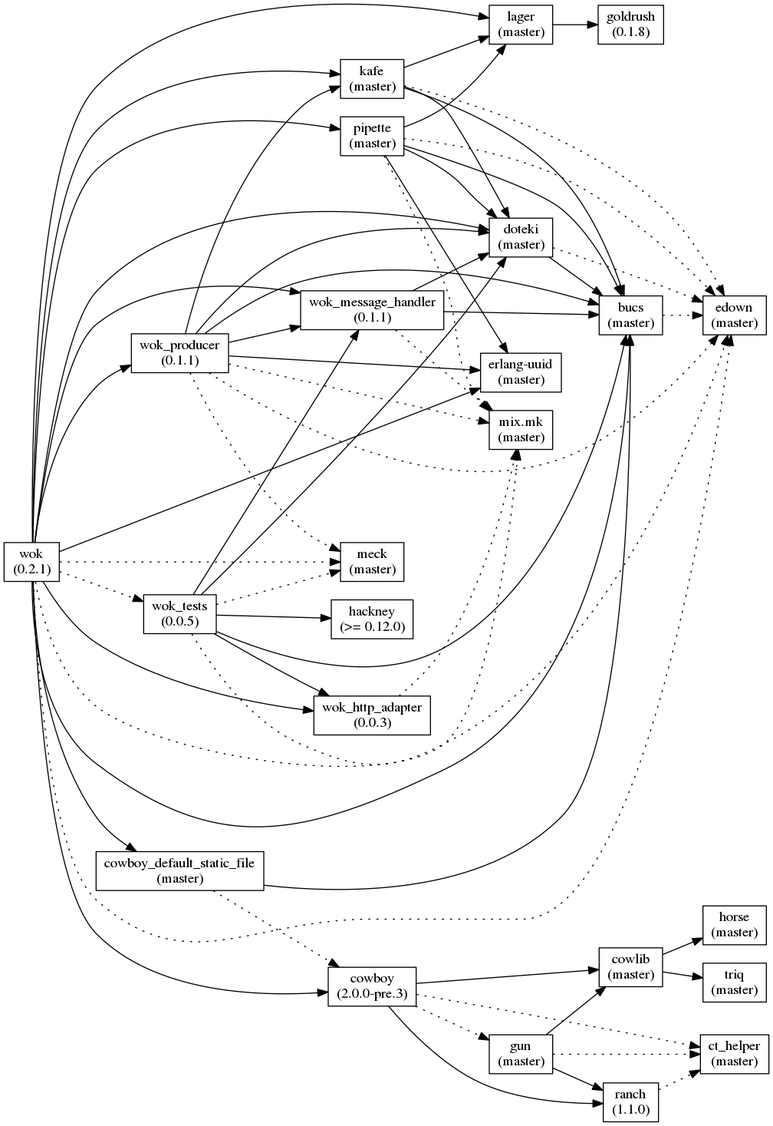
The Graphviz diagram doc/images/wok.deps.png in botsunit/wok, before a commit. Its source is kept beside it as images/wok.deps.gv.
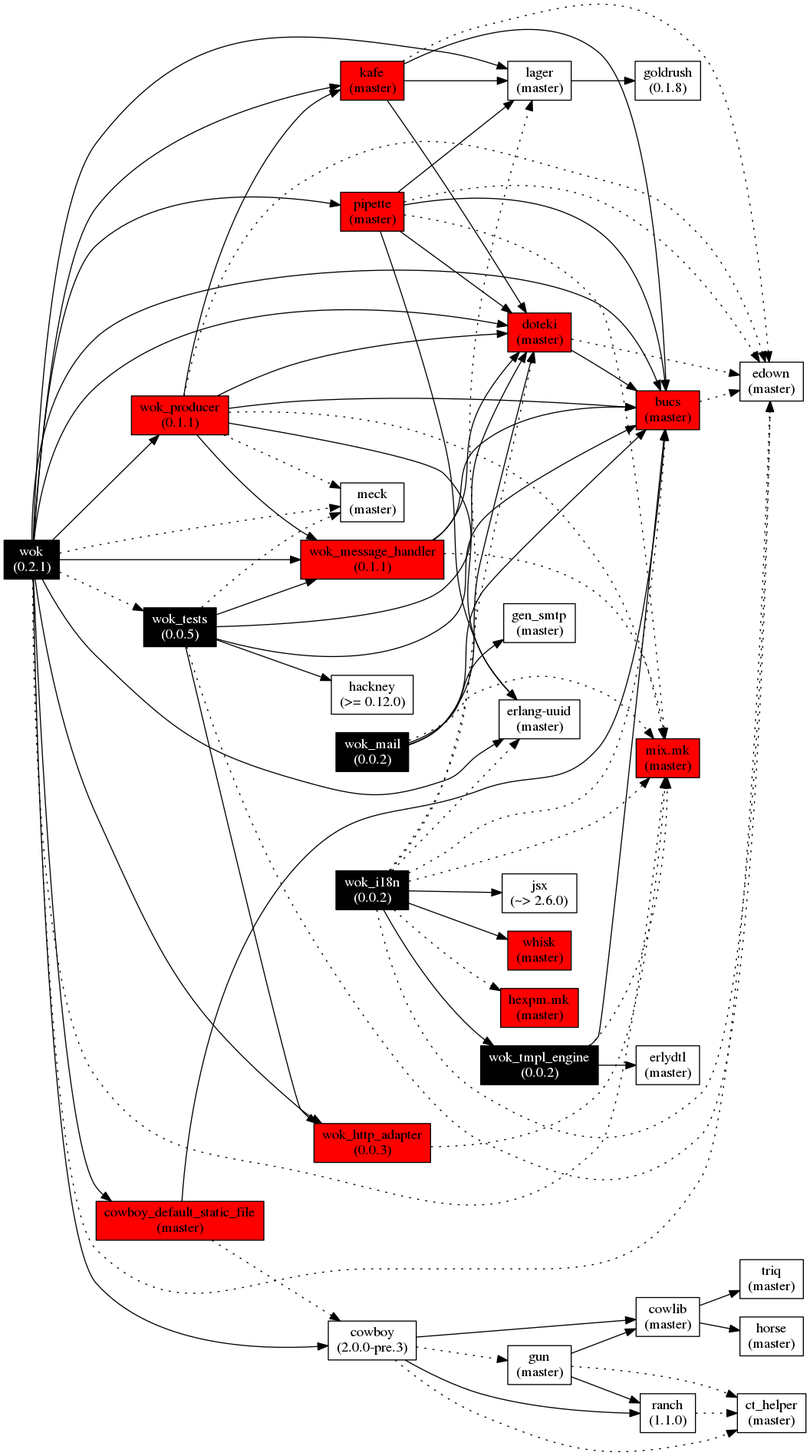
Above is the later version.

The edit, as a diff of the source:
```diff
@@ -6,22 +6,22 @@
     rankdir=LR;
   ]
 
-  wok[label="wok\n(0.2.1)"];
+  wok[label="wok\n(0.2.1)", fontcolor="white", style="filled", fillcolor="black"];
   lager[label="lager\n(master)"];
-  wok_http_adapter[label="wok_http_adapter\n(0.0.3)"];
-  wok_message_handler[label="wok_message_handler\n(0.1.1)"];
-  wok_producer[label="wok_producer\n(0.1.1)"];
-  pipette[label="pipette\n(master)"];
-  kafe[label="kafe\n(master)"];
+  wok_http_adapter[label="wok_http_adapter\n(0.0.3)", style="filled", fillcolor="red"];
+  wok_message_handler[label="wok_message_handler\n(0.1.1)", style="filled", fillcolor="red"];
+  wok_producer[label="wok_producer\n(0.1.1)", style="filled", fillcolor="red"];
+  pipette[label="pipette\n(master)", style="filled", fillcolor="red"];
+  kafe[label="kafe\n(master)", style="filled", fillcolor="red"];
   cowboy[label="cowboy\n(2.0.0-pre.3)"];
-  cowboy_default_static_file[label="cowboy_default_static_file\n(master)"];
-  bucs[label="bucs\n(master)"];
-  doteki[label="doteki\n(master)"];
+  cowboy_default_static_file[label="cowboy_default_static_file\n(master)", style="filled", fillcolor="red"];
+  bucs[label="bucs\n(master)", style="filled", fillcolor="red"];
+  doteki[label="doteki\n(master)", style="filled", fillcolor="red"];
   uuid[label="erlang-uuid\n(master)"];
-  mix_mk[label="mix.mk\n(master)"];
+  mix_mk[label="mix.mk\n(master)", style="filled", fillcolor="red"];
   edown[label="edown\n(master)"];
   meck[label="meck\n(master)"];
-  wok_tests[label="wok_tests\n(0.0.5)"];
+  wok_tests[label="wok_tests\n(0.0.5)", fontcolor="white", style="filled", fillcolor="black"];
   goldrush[label="goldrush\n(0.1.8)"];
   cowlib[label="cowlib\n(master)"];
   ranch[label="ranch\n(1.1.0)"];
@@ -30,6 +30,14 @@
   hackney[label="hackney\n(>= 0.12.0)"];
   horse[label="horse\n(master)"];
   triq[label="triq\n(master)"];
+  wok_mail[label="wok_mail\n(0.0.2)", fontcolor="white", style="filled", fillcolor="black"];
+  gen_smtp[label="gen_smtp\n(master)"];
+  wok_i18n[label="wok_i18n\n(0.0.2)", fontcolor="white", style="filled", fillcolor="black"];
+  hexpm_mk[label="hexpm.mk\n(master)", style="filled", fillcolor="red"];
+  jsx[label="jsx\n(~> 2.6.0)"];
+  whisk[label="whisk\n(master)", style="filled", fillcolor="red"];
+  wok_tmpl_engine[label="wok_tmpl_engine\n(0.0.2)", fontcolor="white", style="filled", fillcolor="black"];
+  erlydtl[label="erlydtl\n(master)"];
 
   wok -> lager;
   wok -> wok_http_adapter;
@@ -105,4 +113,24 @@
   gun -> cowlib;
   gun -> ranch;
   gun -> ct_helper[style=dotted];
+
+  wok_mail -> bucs;
+  wok_mail -> doteki;
+  wok_mail -> gen_smtp;
+  wok_mail -> mix_mk[style=dotted];
+
+  wok_i18n -> whisk;
+  wok_i18n -> wok_tmpl_engine;
+  wok_i18n -> jsx;
+  wok_i18n -> mix_mk[style=dotted];
+  wok_i18n -> hexpm_mk[style=dotted];
+  wok_i18n -> lager[style=dotted];
+  wok_i18n -> doteki[style=dotted];
+  wok_i18n -> bucs[style=dotted];
+  wok_i18n -> uuid[style=dotted];
+  wok_i18n -> edown[style=dotted];
+
+  wok_tmpl_engine -> erlydtl;
+  wok_tmpl_engine -> bucs;
+  wok_tmpl_engine -> mix_mk[style=dotted];
 }
```
